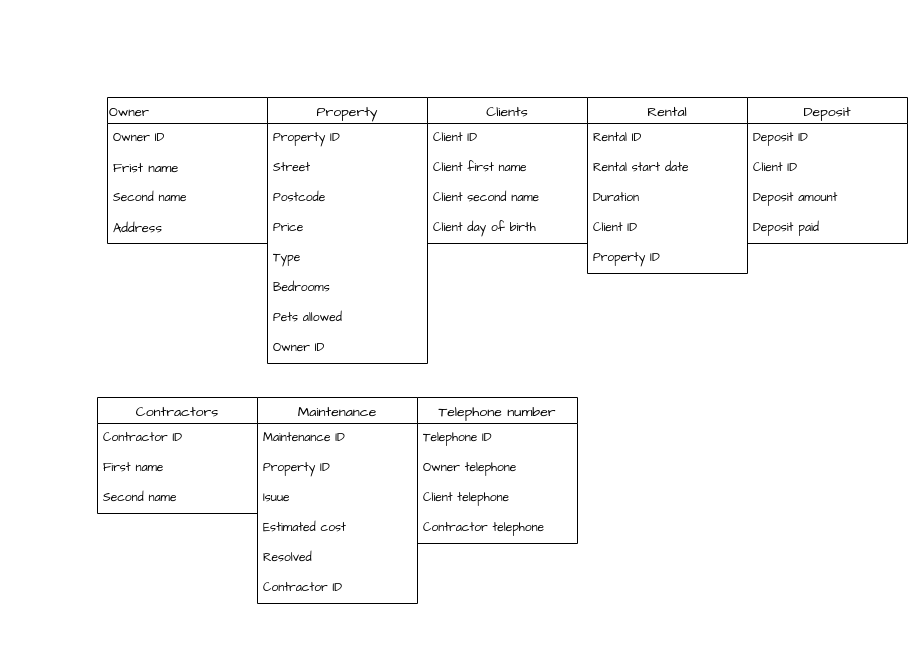
This is 3NF table structure.drawio from Richard-A-llen/Python, a draw.io file, before an edit. Source tidied: cells renumbered, new cells numbered last; positions are measured from the earlier drawing's top-left corner, leaving out a move shared by most shapes. Both pictures are drawn from the tidied source at 100%, with x=0, y=0 at pixel (97, 97).
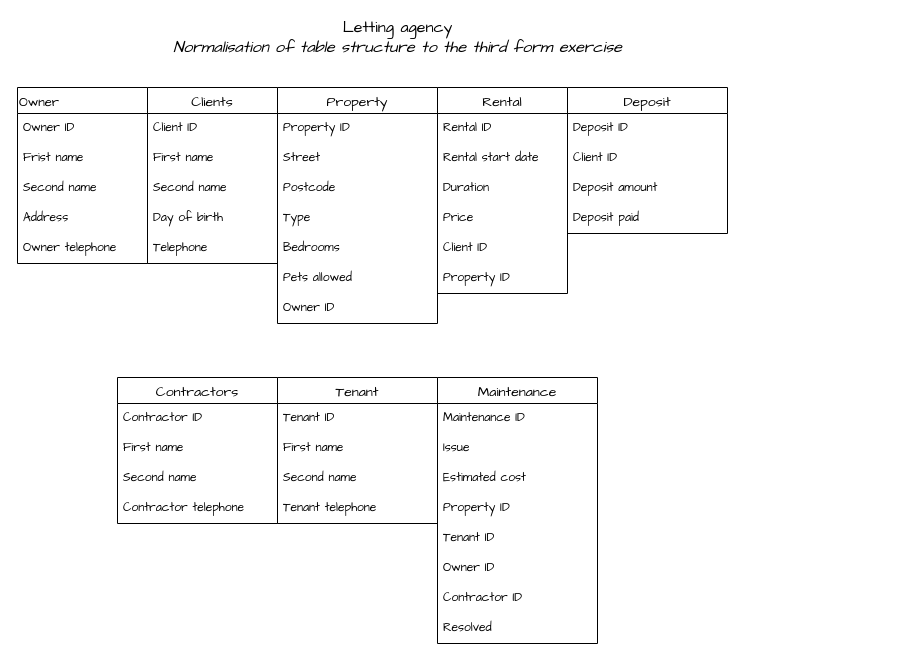
The same page after the edit.

Change to the diagram source:
```diff
@@
     <mxCell id="2" value="Owner" style="swimlane;fontStyle=0;horizontal=1;startSize=26;align=left;fontSize=13;fontFamily=Comic Sans MS;" parent="1" vertex="1">
-      <mxGeometry x="10" width="160" height="146" as="geometry" />
+      <mxGeometry x="-80" y="-10" width="130" height="176" as="geometry" />
     </mxCell>
-    <mxCell id="3" value="Owner ID" style="text;strokeColor=none;fillColor=none;spacingLeft=4;spacingRight=4;overflow=hidden;fontSize=12;fontFamily=Comic Sans MS;" parent="2" vertex="1">
-      <mxGeometry y="26" width="160" height="30" as="geometry" />
+    <mxCell id="3" value="Owner ID" style="text;strokeColor=none;fillColor=none;spacingLeft=4;spacingRight=4;overflow=hidden;fontSize=12;fontFamily=Comic Sans MS;align=left;" parent="2" vertex="1">
+      <mxGeometry y="26" width="130" height="30" as="geometry" />
     </mxCell>
-    <mxCell id="4" value="Frist name" style="text;strokeColor=none;fillColor=none;spacingLeft=4;spacingRight=4;overflow=hidden;fontSize=13;fontFamily=Comic Sans MS;align=left;fontStyle=0;" parent="2" vertex="1">
-      <mxGeometry y="56" width="160" height="30" as="geometry" />
+    <mxCell id="4" value="Frist name" style="text;strokeColor=none;fillColor=none;spacingLeft=4;spacingRight=4;overflow=hidden;fontSize=12;fontFamily=Comic Sans MS;align=left;fontStyle=0;" parent="2" vertex="1">
+      <mxGeometry y="56" width="130" height="30" as="geometry" />
     </mxCell>
-    <mxCell id="5" value="Second name" style="text;strokeColor=none;fillColor=none;spacingLeft=4;spacingRight=4;overflow=hidden;fontSize=12;fontFamily=Comic Sans MS;" parent="2" vertex="1">
-      <mxGeometry y="86" width="160" height="30" as="geometry" />
+    <mxCell id="5" value="Second name" style="text;strokeColor=none;fillColor=none;spacingLeft=4;spacingRight=4;overflow=hidden;fontSize=12;fontFamily=Comic Sans MS;align=left;" parent="2" vertex="1">
+      <mxGeometry y="86" width="130" height="30" as="geometry" />
     </mxCell>
-    <mxCell id="6" value="Address" style="text;strokeColor=none;fillColor=none;spacingLeft=4;spacingRight=4;overflow=hidden;fontSize=13;fontFamily=Comic Sans MS;align=left;fontStyle=0;" parent="2" vertex="1">
-      <mxGeometry y="116" width="160" height="30" as="geometry" />
+    <mxCell id="6" value="Address" style="text;strokeColor=none;fillColor=none;spacingLeft=4;spacingRight=4;overflow=hidden;fontSize=12;fontFamily=Comic Sans MS;align=left;fontStyle=0;" parent="2" vertex="1">
+      <mxGeometry y="116" width="130" height="30" as="geometry" />
     </mxCell>
+    <mxCell id="40" value="Owner telephone" style="text;strokeColor=none;fillColor=none;spacingLeft=4;spacingRight=4;overflow=hidden;fontSize=12;fontFamily=Comic Sans MS;" parent="2" vertex="1">
+      <mxGeometry y="146" width="130" height="30" as="geometry" />
+    </mxCell>
     <mxCell id="7" value="Property" style="swimlane;fontStyle=0;horizontal=1;startSize=26;align=center;fontSize=14;fontFamily=Comic Sans MS;" parent="1" vertex="1">
-      <mxGeometry x="170" width="160" height="266" as="geometry" />
+      <mxGeometry x="180" y="-10" width="160" height="236" as="geometry" />
     </mxCell>
@@
-    <mxCell id="11" value="Price" style="text;strokeColor=none;fillColor=none;spacingLeft=4;spacingRight=4;overflow=hidden;fontSize=12;fontFamily=Comic Sans MS;" parent="7" vertex="1">
-      <mxGeometry y="116" width="160" height="30" as="geometry" />
-    </mxCell>
     <mxCell id="12" value="Type" style="text;strokeColor=none;fillColor=none;spacingLeft=4;spacingRight=4;overflow=hidden;fontSize=12;fontFamily=Comic Sans MS;" parent="7" vertex="1">
-      <mxGeometry y="146" width="160" height="30" as="geometry" />
+      <mxGeometry y="116" width="160" height="30" as="geometry" />
     </mxCell>
     <mxCell id="13" value="Bedrooms" style="text;strokeColor=none;fillColor=none;spacingLeft=4;spacingRight=4;overflow=hidden;fontSize=12;fontFamily=Comic Sans MS;" parent="7" vertex="1">
-      <mxGeometry y="176" width="160" height="30" as="geometry" />
+      <mxGeometry y="146" width="160" height="30" as="geometry" />
     </mxCell>
     <mxCell id="14" value="Pets allowed" style="text;strokeColor=none;fillColor=none;spacingLeft=4;spacingRight=4;overflow=hidden;fontSize=12;fontFamily=Comic Sans MS;" parent="7" vertex="1">
-      <mxGeometry y="206" width="160" height="30" as="geometry" />
+      <mxGeometry y="176" width="160" height="30" as="geometry" />
     </mxCell>
     <mxCell id="15" value="Owner ID" style="text;strokeColor=none;fillColor=none;spacingLeft=4;spacingRight=4;overflow=hidden;fontSize=12;fontFamily=Comic Sans MS;" parent="7" vertex="1">
-      <mxGeometry y="236" width="160" height="30" as="geometry" />
+      <mxGeometry y="206" width="160" height="30" as="geometry" />
     </mxCell>
     <mxCell id="16" value="Rental" style="swimlane;fontStyle=0;horizontal=1;startSize=26;align=center;fontSize=14;fontFamily=Comic Sans MS;" parent="1" vertex="1">
-      <mxGeometry x="490" width="160" height="176" as="geometry" />
+      <mxGeometry x="340" y="-10" width="130" height="206" as="geometry" />
     </mxCell>
     <mxCell id="17" value="Rental ID" style="text;strokeColor=none;fillColor=none;spacingLeft=4;spacingRight=4;overflow=hidden;fontSize=12;fontFamily=Comic Sans MS;" parent="16" vertex="1">
-      <mxGeometry y="26" width="160" height="30" as="geometry" />
+      <mxGeometry y="26" width="130" height="30" as="geometry" />
     </mxCell>
     <mxCell id="18" value="Rental start date" style="text;strokeColor=none;fillColor=none;spacingLeft=4;spacingRight=4;overflow=hidden;fontSize=12;fontFamily=Comic Sans MS;" parent="16" vertex="1">
-      <mxGeometry y="56" width="160" height="30" as="geometry" />
+      <mxGeometry y="56" width="130" height="30" as="geometry" />
     </mxCell>
     <mxCell id="19" value="Duration" style="text;strokeColor=none;fillColor=none;spacingLeft=4;spacingRight=4;overflow=hidden;fontSize=12;fontFamily=Comic Sans MS;" parent="16" vertex="1">
-      <mxGeometry y="86" width="160" height="30" as="geometry" />
+      <mxGeometry y="86" width="130" height="30" as="geometry" />
     </mxCell>
+    <mxCell id="11" value="Price" style="text;strokeColor=none;fillColor=none;spacingLeft=4;spacingRight=4;overflow=hidden;fontSize=12;fontFamily=Comic Sans MS;" parent="16" vertex="1">
+      <mxGeometry y="116" width="130" height="30" as="geometry" />
+    </mxCell>
     <mxCell id="20" value="Client ID" style="text;strokeColor=none;fillColor=none;spacingLeft=4;spacingRight=4;overflow=hidden;fontSize=12;fontFamily=Comic Sans MS;" parent="16" vertex="1">
-      <mxGeometry y="116" width="160" height="30" as="geometry" />
+      <mxGeometry y="146" width="130" height="30" as="geometry" />
     </mxCell>
     <mxCell id="21" value="Property ID" style="text;strokeColor=none;fillColor=none;spacingLeft=4;spacingRight=4;overflow=hidden;fontSize=12;fontFamily=Comic Sans MS;" parent="16" vertex="1">
-      <mxGeometry y="146" width="160" height="30" as="geometry" />
+      <mxGeometry y="176" width="130" height="30" as="geometry" />
     </mxCell>
-    <mxCell id="22" value="Maintenance" style="swimlane;fontStyle=0;horizontal=1;startSize=26;align=center;fontSize=14;fontFamily=Comic Sans MS;" parent="1" vertex="1">
-      <mxGeometry x="160" y="300" width="160" height="206" as="geometry" />
-    </mxCell>
-    <mxCell id="23" value="Maintenance ID" style="text;strokeColor=none;fillColor=none;spacingLeft=4;spacingRight=4;overflow=hidden;fontSize=12;fontFamily=Comic Sans MS;" parent="22" vertex="1">
-      <mxGeometry y="26" width="160" height="30" as="geometry" />
-    </mxCell>
-    <mxCell id="24" value="Property ID" style="text;strokeColor=none;fillColor=none;spacingLeft=4;spacingRight=4;overflow=hidden;fontSize=12;fontFamily=Comic Sans MS;" parent="22" vertex="1">
-      <mxGeometry y="56" width="160" height="30" as="geometry" />
-    </mxCell>
-    <mxCell id="25" value="Isuue" style="text;strokeColor=none;fillColor=none;spacingLeft=4;spacingRight=4;overflow=hidden;fontSize=12;fontFamily=Comic Sans MS;" parent="22" vertex="1">
-      <mxGeometry y="86" width="160" height="30" as="geometry" />
-    </mxCell>
-    <mxCell id="26" value="Estimated cost" style="text;strokeColor=none;fillColor=none;spacingLeft=4;spacingRight=4;overflow=hidden;fontSize=12;fontFamily=Comic Sans MS;" parent="22" vertex="1">
-      <mxGeometry y="116" width="160" height="30" as="geometry" />
-    </mxCell>
-    <mxCell id="27" value="Resolved" style="text;strokeColor=none;fillColor=none;spacingLeft=4;spacingRight=4;overflow=hidden;fontSize=12;fontFamily=Comic Sans MS;" parent="22" vertex="1">
-      <mxGeometry y="146" width="160" height="30" as="geometry" />
-    </mxCell>
-    <mxCell id="28" value="Contractor ID" style="text;strokeColor=none;fillColor=none;spacingLeft=4;spacingRight=4;overflow=hidden;fontSize=12;fontFamily=Comic Sans MS;" parent="22" vertex="1">
-      <mxGeometry y="176" width="160" height="30" as="geometry" />
-    </mxCell>
     <mxCell id="29" value="Contractors" style="swimlane;fontStyle=0;horizontal=1;startSize=26;align=center;fontSize=14;fontFamily=Comic Sans MS;" parent="1" vertex="1">
-      <mxGeometry y="300" width="160" height="116" as="geometry" />
+      <mxGeometry x="20" y="280" width="160" height="146" as="geometry" />
     </mxCell>
@@
+    <mxCell id="42" value="Contractor telephone" style="text;strokeColor=none;fillColor=none;spacingLeft=4;spacingRight=4;overflow=hidden;fontSize=12;fontFamily=Comic Sans MS;" parent="29" vertex="1">
+      <mxGeometry y="116" width="160" height="30" as="geometry" />
+    </mxCell>
     <mxCell id="33" value="Deposit" style="swimlane;fontStyle=0;horizontal=1;startSize=26;align=center;fontSize=14;fontFamily=Comic Sans MS;" parent="1" vertex="1">
-      <mxGeometry x="650" width="160" height="146" as="geometry" />
+      <mxGeometry x="470" y="-10" width="160" height="146" as="geometry" />
     </mxCell>
@@
-    <mxCell id="38" value="Telephone number" style="swimlane;fontStyle=0;horizontal=1;startSize=26;align=center;fontSize=14;fontFamily=Comic Sans MS;" parent="1" vertex="1">
-      <mxGeometry x="320" y="300" width="160" height="146" as="geometry" />
-    </mxCell>
-    <mxCell id="39" value="Telephone ID" style="text;strokeColor=none;fillColor=none;spacingLeft=4;spacingRight=4;overflow=hidden;fontSize=12;fontFamily=Comic Sans MS;" parent="38" vertex="1">
-      <mxGeometry y="26" width="160" height="30" as="geometry" />
-    </mxCell>
-    <mxCell id="40" value="Owner telephone" style="text;strokeColor=none;fillColor=none;spacingLeft=4;spacingRight=4;overflow=hidden;fontSize=12;fontFamily=Comic Sans MS;" parent="38" vertex="1">
-      <mxGeometry y="56" width="160" height="30" as="geometry" />
-    </mxCell>
-    <mxCell id="41" value="Client telephone" style="text;strokeColor=none;fillColor=none;spacingLeft=4;spacingRight=4;overflow=hidden;fontSize=12;fontFamily=Comic Sans MS;" parent="38" vertex="1">
-      <mxGeometry y="86" width="160" height="30" as="geometry" />
-    </mxCell>
-    <mxCell id="42" value="Contractor telephone" style="text;strokeColor=none;fillColor=none;spacingLeft=4;spacingRight=4;overflow=hidden;fontSize=12;fontFamily=Comic Sans MS;" parent="38" vertex="1">
-      <mxGeometry y="116" width="160" height="30" as="geometry" />
-    </mxCell>
     <mxCell id="43" value="Clients" style="swimlane;fontStyle=0;horizontal=1;startSize=26;align=center;fontSize=14;fontFamily=Comic Sans MS;" parent="1" vertex="1">
-      <mxGeometry x="330" width="160" height="146" as="geometry" />
+      <mxGeometry x="50" y="-10" width="130" height="176" as="geometry" />
     </mxCell>
-    <mxCell id="44" value="Client ID" style="text;strokeColor=none;fillColor=none;spacingLeft=4;spacingRight=4;overflow=hidden;fontSize=12;fontFamily=Comic Sans MS;" parent="43" vertex="1">
-      <mxGeometry y="26" width="160" height="30" as="geometry" />
+    <mxCell id="44" value="Client ID" style="text;strokeColor=none;fillColor=none;spacingLeft=4;spacingRight=4;overflow=hidden;fontSize=12;fontFamily=Comic Sans MS;align=left;" parent="43" vertex="1">
+      <mxGeometry y="26" width="130" height="30" as="geometry" />
     </mxCell>
-    <mxCell id="45" value="Client first name" style="text;strokeColor=none;fillColor=none;spacingLeft=4;spacingRight=4;overflow=hidden;fontSize=12;fontFamily=Comic Sans MS;" parent="43" vertex="1">
-      <mxGeometry y="56" width="160" height="30" as="geometry" />
+    <mxCell id="45" value="First name" style="text;strokeColor=none;fillColor=none;spacingLeft=4;spacingRight=4;overflow=hidden;fontSize=12;fontFamily=Comic Sans MS;align=left;" parent="43" vertex="1">
+      <mxGeometry y="56" width="130" height="30" as="geometry" />
     </mxCell>
-    <mxCell id="46" value="Client second name" style="text;strokeColor=none;fillColor=none;spacingLeft=4;spacingRight=4;overflow=hidden;fontSize=12;fontFamily=Comic Sans MS;" parent="43" vertex="1">
-      <mxGeometry y="86" width="160" height="30" as="geometry" />
+    <mxCell id="46" value="Second name" style="text;strokeColor=none;fillColor=none;spacingLeft=4;spacingRight=4;overflow=hidden;fontSize=12;fontFamily=Comic Sans MS;align=left;" parent="43" vertex="1">
+      <mxGeometry y="86" width="130" height="30" as="geometry" />
     </mxCell>
-    <mxCell id="47" value="Client day of birth" style="text;strokeColor=none;fillColor=none;spacingLeft=4;spacingRight=4;overflow=hidden;fontSize=12;fontFamily=Comic Sans MS;" parent="43" vertex="1">
-      <mxGeometry y="116" width="160" height="30" as="geometry" />
+    <mxCell id="47" value="Day of birth" style="text;strokeColor=none;fillColor=none;spacingLeft=4;spacingRight=4;overflow=hidden;fontSize=12;fontFamily=Comic Sans MS;align=left;" parent="43" vertex="1">
+      <mxGeometry y="116" width="130" height="30" as="geometry" />
     </mxCell>
+    <mxCell id="41" value="Telephone" style="text;strokeColor=none;fillColor=none;spacingLeft=4;spacingRight=4;overflow=hidden;fontSize=12;fontFamily=Comic Sans MS;" parent="43" vertex="1">
+      <mxGeometry y="146" width="130" height="30" as="geometry" />
+    </mxCell>
+    <mxCell id="22" value="Maintenance" style="swimlane;fontStyle=0;horizontal=1;startSize=26;align=center;fontSize=14;fontFamily=Comic Sans MS;" parent="1" vertex="1">
+      <mxGeometry x="340" y="280" width="160" height="266" as="geometry" />
+    </mxCell>
+    <mxCell id="23" value="Maintenance ID" style="text;strokeColor=none;fillColor=none;spacingLeft=4;spacingRight=4;overflow=hidden;fontSize=12;fontFamily=Comic Sans MS;" parent="22" vertex="1">
+      <mxGeometry y="26" width="160" height="30" as="geometry" />
+    </mxCell>
+    <mxCell id="48" value="Issue" style="text;strokeColor=none;fillColor=none;spacingLeft=4;spacingRight=4;overflow=hidden;fontSize=12;fontFamily=Comic Sans MS;" parent="22" vertex="1">
+      <mxGeometry y="56" width="160" height="30" as="geometry" />
+    </mxCell>
+    <mxCell id="26" value="Estimated cost" style="text;strokeColor=none;fillColor=none;spacingLeft=4;spacingRight=4;overflow=hidden;fontSize=12;fontFamily=Comic Sans MS;" parent="22" vertex="1">
+      <mxGeometry y="86" width="160" height="30" as="geometry" />
+    </mxCell>
+    <mxCell id="24" value="Property ID" style="text;strokeColor=none;fillColor=none;spacingLeft=4;spacingRight=4;overflow=hidden;fontSize=12;fontFamily=Comic Sans MS;" parent="22" vertex="1">
+      <mxGeometry y="116" width="160" height="30" as="geometry" />
+    </mxCell>
+    <mxCell id="49" value="Tenant ID" style="text;strokeColor=none;fillColor=none;spacingLeft=4;spacingRight=4;overflow=hidden;fontSize=12;fontFamily=Comic Sans MS;" parent="22" vertex="1">
+      <mxGeometry y="146" width="160" height="30" as="geometry" />
+    </mxCell>
+    <mxCell id="50" value="Owner ID" style="text;strokeColor=none;fillColor=none;spacingLeft=4;spacingRight=4;overflow=hidden;fontSize=12;fontFamily=Comic Sans MS;" parent="22" vertex="1">
+      <mxGeometry y="176" width="160" height="30" as="geometry" />
+    </mxCell>
+    <mxCell id="28" value="Contractor ID" style="text;strokeColor=none;fillColor=none;spacingLeft=4;spacingRight=4;overflow=hidden;fontSize=12;fontFamily=Comic Sans MS;" parent="22" vertex="1">
+      <mxGeometry y="206" width="160" height="30" as="geometry" />
+    </mxCell>
+    <mxCell id="27" value="Resolved" style="text;strokeColor=none;fillColor=none;spacingLeft=4;spacingRight=4;overflow=hidden;fontSize=12;fontFamily=Comic Sans MS;" parent="22" vertex="1">
+      <mxGeometry y="236" width="160" height="30" as="geometry" />
+    </mxCell>
+    <mxCell id="51" value="Tenant" style="swimlane;fontStyle=0;horizontal=1;startSize=26;align=center;fontSize=14;fontFamily=Comic Sans MS;" parent="1" vertex="1">
+      <mxGeometry x="180" y="280" width="160" height="146" as="geometry" />
+    </mxCell>
+    <mxCell id="52" value="Tenant ID" style="text;strokeColor=none;fillColor=none;spacingLeft=4;spacingRight=4;overflow=hidden;fontSize=12;fontFamily=Comic Sans MS;" parent="51" vertex="1">
+      <mxGeometry y="26" width="160" height="30" as="geometry" />
+    </mxCell>
+    <mxCell id="53" value="First name" style="text;strokeColor=none;fillColor=none;spacingLeft=4;spacingRight=4;overflow=hidden;fontSize=12;fontFamily=Comic Sans MS;" parent="51" vertex="1">
+      <mxGeometry y="56" width="160" height="30" as="geometry" />
+    </mxCell>
+    <mxCell id="54" value="Second name" style="text;strokeColor=none;fillColor=none;spacingLeft=4;spacingRight=4;overflow=hidden;fontSize=12;fontFamily=Comic Sans MS;" parent="51" vertex="1">
+      <mxGeometry y="86" width="160" height="30" as="geometry" />
+    </mxCell>
+    <mxCell id="55" value="Tenant telephone" style="text;strokeColor=none;fillColor=none;spacingLeft=4;spacingRight=4;overflow=hidden;fontSize=12;fontFamily=Comic Sans MS;" parent="51" vertex="1">
+      <mxGeometry y="116" width="160" height="30" as="geometry" />
+    </mxCell>
+    <mxCell id="56" value="&lt;font style=&quot;font-size: 16px&quot;&gt;Letting agency&lt;br&gt;&lt;i&gt;Normalisation of table structure to the third form exercise&lt;/i&gt;&lt;br&gt;&lt;/font&gt;" style="text;html=1;align=center;verticalAlign=middle;strokeColor=none;fillColor=none;fontSize=13;fontFamily=Comic Sans MS;" parent="1" vertex="1">
+      <mxGeometry x="70" y="-80" width="460" height="40" as="geometry" />
+    </mxCell>
```
